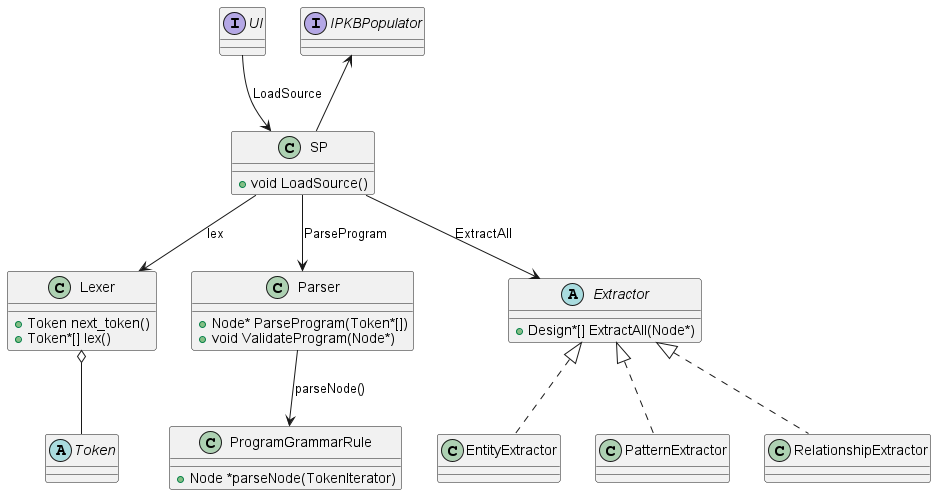
Earlier version of the PlantUML export docs/images/SPClassDiagram.png (mazx4960/static-analyzer).
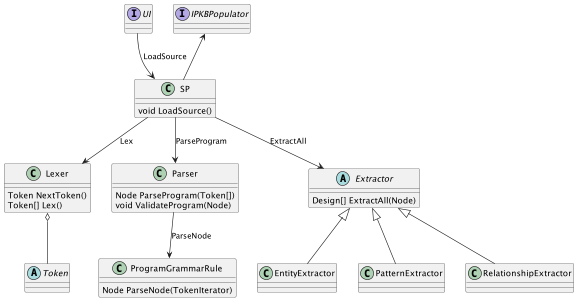
The same file after the commit.

Diff of the diagram source:
```diff
@@ -4,24 +4,24 @@
 interface IPKBPopulator
 
 class SP {
-    +void LoadSource()
+    void LoadSource()
 }
 class Lexer {
-    +Token next_token()
-    +Token*[] lex()
+    Token NextToken()
+    Token[] Lex()
 }
 abstract class Token
 
 class Parser {
-    +Node* ParseProgram(Token*[])
-    +void ValidateProgram(Node*)
+    Node ParseProgram(Token[])
+    void ValidateProgram(Node)
 }
 class ProgramGrammarRule {
-    +Node *parseNode(TokenIterator)
+    Node ParseNode(TokenIterator)
 }
 
 abstract class Extractor {
-    +Design*[] ExtractAll(Node*)
+    Design[] ExtractAll(Node)
 }
 class EntityExtractor
 class PatternExtractor
@@ -30,15 +30,15 @@
 SP -up-> IPKBPopulator
 SP <-up- UI: LoadSource
 
-SP -down-> Lexer: lex
+SP -down-> Lexer: Lex
 SP -down-> Parser: ParseProgram
 SP -down-> Extractor: ExtractAll
 
 Lexer o-- Token
-Parser -down-> ProgramGrammarRule: parseNode()
+Parser -down-> ProgramGrammarRule: ParseNode
 
-Extractor <|.. EntityExtractor
-Extractor <|.. PatternExtractor
-Extractor <|.. RelationshipExtractor
+Extractor <|-down- EntityExtractor
+Extractor <|-down- PatternExtractor
+Extractor <|-down- RelationshipExtractor
 
 @enduml
```
